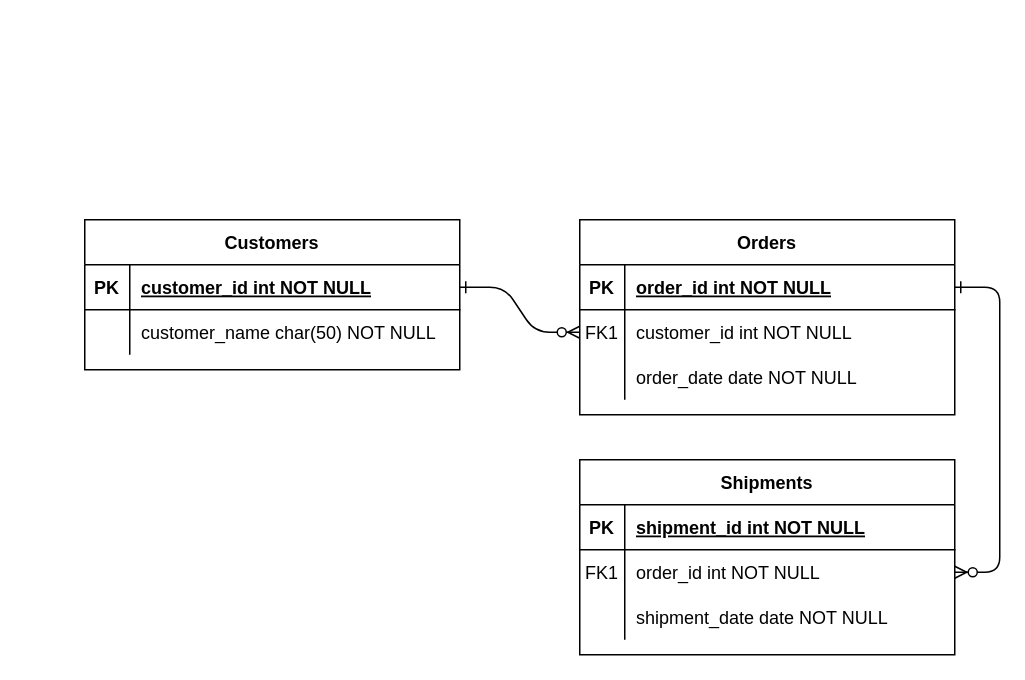
This is Диаграмма без названия.drawio from ayratkin/coin-keeper-server, a draw.io file, before an edit. Source tidied: cells renumbered, new cells numbered last; positions are measured from the earlier drawing's top-left corner, leaving out a move shared by most shapes. Both pictures are drawn from the tidied source at 150%, with x=0, y=0 at pixel (84, 219).
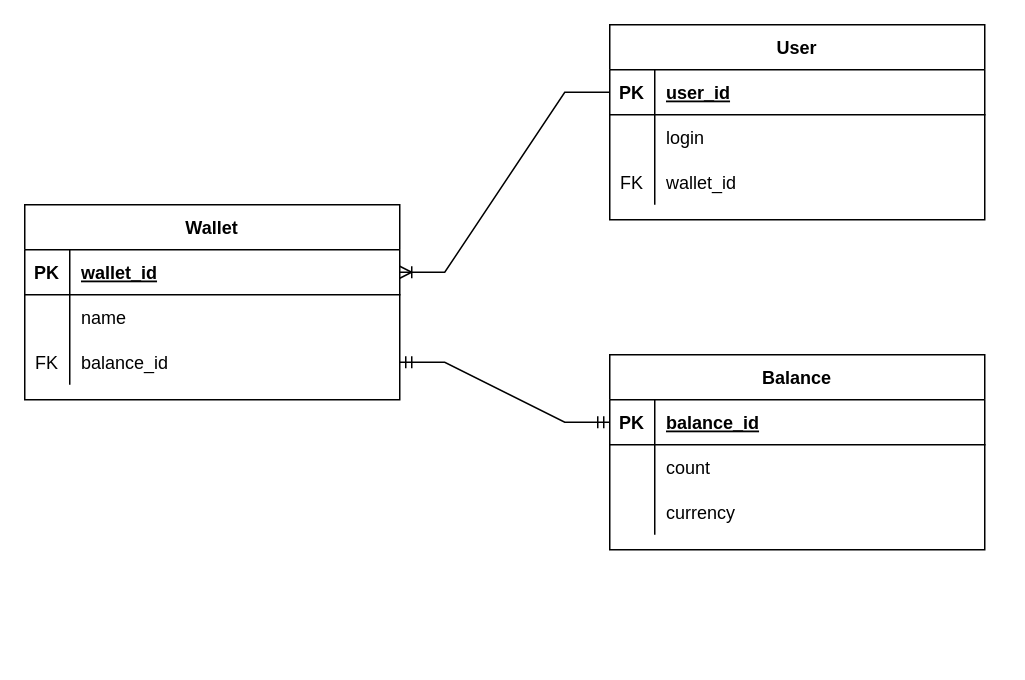
The same page after the edit.

Unchanged cells that the change refers to:
```xml
<mxCell id="5" style="shape=partialRectangle;fillColor=none;points=[[0,0.5],[1,0.5]];portConstraint=eastwest;top=0;left=0;right=0;bottom=1;" parent="4" vertex="1">
  <mxGeometry y="30" width="250" height="30" as="geometry" />
</mxCell>
<mxCell id="8" style="shape=partialRectangle;fillColor=none;points=[[0,0.5],[1,0.5]];portConstraint=eastwest;top=0;left=0;right=0;bottom=0;" parent="4" vertex="1">
  <mxGeometry y="60" width="250" height="30" as="geometry" />
</mxCell>
<mxCell id="11" style="shape=partialRectangle;fillColor=none;top=0;left=0;right=0;bottom=0;" parent="4" vertex="1">
  <mxGeometry y="90" width="250" height="30" as="geometry" />
</mxCell>
<mxCell id="25" style="shape=partialRectangle;fillColor=none;points=[[0,0.5],[1,0.5]];portConstraint=eastwest;top=0;left=0;right=0;bottom=1;" parent="24" vertex="1">
  <mxGeometry y="30" width="250" height="30" as="geometry" />
</mxCell>
<mxCell id="28" style="shape=partialRectangle;fillColor=none;top=0;left=0;right=0;bottom=0;" parent="24" vertex="1">
  <mxGeometry y="60" width="250" height="30" as="geometry" />
</mxCell>
```

Change to the diagram source:
```diff
@@
-    <mxCell id="2" style="edgeStyle=entityRelationEdgeStyle;endArrow=ERzeroToMany;startArrow=ERone;endFill=1;startFill=0;" parent="1" edge="1" source="25" target="8">
-      <mxGeometry relative="1" as="geometry" />
-    </mxCell>
-    <mxCell id="3" style="edgeStyle=entityRelationEdgeStyle;endArrow=ERzeroToMany;startArrow=ERone;endFill=1;startFill=0;" parent="1" edge="1" source="5" target="18">
-      <mxGeometry relative="1" as="geometry" />
-    </mxCell>
-    <mxCell id="4" value="Orders" style="shape=table;startSize=30;childLayout=tableLayout;rowLines=0;fontStyle=1;align=center;" parent="1" vertex="1">
-      <mxGeometry x="330" width="250" height="130" as="geometry" />
+    <mxCell id="4" value="Balance" style="shape=table;startSize=30;childLayout=tableLayout;rowLines=0;fontStyle=1;align=center;" parent="1" vertex="1">
+      <mxGeometry x="350" y="90" width="250" height="130" as="geometry" />
     </mxCell>
@@
-    <mxCell id="7" value="order_id int NOT NULL " style="shape=partialRectangle;overflow=hidden;fillColor=none;top=0;left=0;bottom=0;right=0;align=left;spacingLeft=6;fontStyle=5;" parent="5" vertex="1">
+    <mxCell id="7" value="balance_id" style="shape=partialRectangle;overflow=hidden;fillColor=none;top=0;left=0;bottom=0;right=0;align=left;spacingLeft=6;fontStyle=5;" parent="5" vertex="1">
       <mxGeometry x="30" width="220" height="30" as="geometry" />
     </mxCell>
@@
-    <mxCell id="9" value="FK1" style="shape=partialRectangle;overflow=hidden;fillColor=none;top=0;left=0;bottom=0;right=0;" parent="8" vertex="1">
+    <mxCell id="9" value=" " style="shape=partialRectangle;overflow=hidden;fillColor=none;top=0;left=0;bottom=0;right=0;" parent="8" vertex="1">
       <mxGeometry width="30" height="30" as="geometry" />
     </mxCell>
-    <mxCell id="10" value="customer_id int NOT NULL" style="shape=partialRectangle;overflow=hidden;fillColor=none;top=0;left=0;bottom=0;right=0;align=left;spacingLeft=6;" parent="8" vertex="1">
+    <mxCell id="10" value="count" style="shape=partialRectangle;overflow=hidden;fillColor=none;top=0;left=0;bottom=0;right=0;align=left;spacingLeft=6;" parent="8" vertex="1">
       <mxGeometry x="30" width="220" height="30" as="geometry" />
     </mxCell>
@@
-    <mxCell id="13" value="order_date date NOT NULL" style="shape=partialRectangle;overflow=hidden;fillColor=none;top=0;left=0;bottom=0;right=0;align=left;spacingLeft=6;" parent="11" vertex="1">
+    <mxCell id="13" value="currency" style="shape=partialRectangle;overflow=hidden;fillColor=none;top=0;left=0;bottom=0;right=0;align=left;spacingLeft=6;" parent="11" vertex="1">
       <mxGeometry x="30" width="220" height="30" as="geometry" />
     </mxCell>
-    <mxCell id="14" value="Shipments" style="shape=table;startSize=30;childLayout=tableLayout;rowLines=0;fontStyle=1;align=center;" parent="1" vertex="1">
-      <mxGeometry x="330" y="160" width="250" height="130" as="geometry" />
-    </mxCell>
-    <mxCell id="15" style="shape=partialRectangle;fillColor=none;points=[[0,0.5],[1,0.5]];portConstraint=eastwest;top=0;left=0;right=0;bottom=1;" parent="14" vertex="1">
-      <mxGeometry y="30" width="250" height="30" as="geometry" />
-    </mxCell>
-    <mxCell id="16" value="PK" style="shape=partialRectangle;overflow=hidden;fillColor=none;top=0;left=0;bottom=0;right=0;fontStyle=1;" parent="15" vertex="1">
-      <mxGeometry width="30" height="30" as="geometry" />
-    </mxCell>
-    <mxCell id="17" value="shipment_id int NOT NULL " style="shape=partialRectangle;overflow=hidden;fillColor=none;top=0;left=0;bottom=0;right=0;align=left;spacingLeft=6;fontStyle=5;" parent="15" vertex="1">
-      <mxGeometry x="30" width="220" height="30" as="geometry" />
-    </mxCell>
-    <mxCell id="18" style="shape=partialRectangle;fillColor=none;points=[[0,0.5],[1,0.5]];portConstraint=eastwest;top=0;left=0;right=0;bottom=0;" parent="14" vertex="1">
-      <mxGeometry y="60" width="250" height="30" as="geometry" />
-    </mxCell>
-    <mxCell id="19" value="FK1" style="shape=partialRectangle;overflow=hidden;fillColor=none;top=0;left=0;bottom=0;right=0;" parent="18" vertex="1">
-      <mxGeometry width="30" height="30" as="geometry" />
-    </mxCell>
-    <mxCell id="20" value="order_id int NOT NULL" style="shape=partialRectangle;overflow=hidden;fillColor=none;top=0;left=0;bottom=0;right=0;align=left;spacingLeft=6;" parent="18" vertex="1">
-      <mxGeometry x="30" width="220" height="30" as="geometry" />
-    </mxCell>
-    <mxCell id="21" style="shape=partialRectangle;fillColor=none;top=0;left=0;right=0;bottom=0;" parent="14" vertex="1">
-      <mxGeometry y="90" width="250" height="30" as="geometry" />
-    </mxCell>
-    <mxCell id="22" style="shape=partialRectangle;overflow=hidden;fillColor=none;top=0;left=0;bottom=0;right=0;" parent="21" vertex="1">
-      <mxGeometry width="30" height="30" as="geometry" />
-    </mxCell>
-    <mxCell id="23" value="shipment_date date NOT NULL" style="shape=partialRectangle;overflow=hidden;fillColor=none;top=0;left=0;bottom=0;right=0;align=left;spacingLeft=6;" parent="21" vertex="1">
-      <mxGeometry x="30" width="220" height="30" as="geometry" />
-    </mxCell>
-    <mxCell id="24" value="Customers" style="shape=table;startSize=30;childLayout=tableLayout;rowLines=0;fontStyle=1;align=center;" parent="1" vertex="1">
-      <mxGeometry width="250" height="100" as="geometry" />
+    <mxCell id="24" value="Wallet" style="shape=table;startSize=30;childLayout=tableLayout;rowLines=0;fontStyle=1;align=center;" parent="1" vertex="1">
+      <mxGeometry x="-40" y="-10" width="250" height="130" as="geometry" />
     </mxCell>
@@
-    <mxCell id="27" value="customer_id int NOT NULL " style="shape=partialRectangle;overflow=hidden;fillColor=none;top=0;left=0;bottom=0;right=0;align=left;spacingLeft=6;fontStyle=5;" parent="25" vertex="1">
+    <mxCell id="27" value="wallet_id" style="shape=partialRectangle;overflow=hidden;fillColor=none;top=0;left=0;bottom=0;right=0;align=left;spacingLeft=6;fontStyle=5;" parent="25" vertex="1">
       <mxGeometry x="30" width="220" height="30" as="geometry" />
     </mxCell>
@@
-    <mxCell id="30" value="customer_name char(50) NOT NULL" style="shape=partialRectangle;overflow=hidden;fillColor=none;top=0;left=0;bottom=0;right=0;align=left;spacingLeft=6;" parent="28" vertex="1">
+    <mxCell id="30" value="name" style="shape=partialRectangle;overflow=hidden;fillColor=none;top=0;left=0;bottom=0;right=0;align=left;spacingLeft=6;" parent="28" vertex="1">
       <mxGeometry x="30" width="220" height="30" as="geometry" />
     </mxCell>
+    <mxCell id="31" style="shape=partialRectangle;fillColor=none;points=[[0,0.5],[1,0.5]];portConstraint=eastwest;top=0;left=0;right=0;bottom=0;" parent="24" vertex="1">
+      <mxGeometry y="90" width="250" height="30" as="geometry" />
+    </mxCell>
+    <mxCell id="32" value="FK" style="shape=partialRectangle;overflow=hidden;fillColor=none;top=0;left=0;bottom=0;right=0;" parent="31" vertex="1">
+      <mxGeometry width="30" height="30" as="geometry" />
+    </mxCell>
+    <mxCell id="33" value="balance_id" style="shape=partialRectangle;overflow=hidden;fillColor=none;top=0;left=0;bottom=0;right=0;align=left;spacingLeft=6;" parent="31" vertex="1">
+      <mxGeometry x="30" width="220" height="30" as="geometry" />
+    </mxCell>
+    <mxCell id="34" style="edgeStyle=entityRelationEdgeStyle;fontSize=12;html=1;endArrow=ERmandOne;startArrow=ERmandOne;rounded=0;" parent="1" edge="1" source="31" target="5">
+      <mxGeometry relative="1" as="geometry" />
+    </mxCell>
+    <mxCell id="35" value="User" style="shape=table;startSize=30;childLayout=tableLayout;rowLines=0;fontStyle=1;align=center;" parent="1" vertex="1">
+      <mxGeometry x="350" y="-130" width="250" height="130" as="geometry" />
+    </mxCell>
+    <mxCell id="15" style="shape=partialRectangle;fillColor=none;points=[[0,0.5],[1,0.5]];portConstraint=eastwest;top=0;left=0;right=0;bottom=1;" parent="35" vertex="1">
+      <mxGeometry y="30" width="250" height="30" as="geometry" />
+    </mxCell>
+    <mxCell id="16" value="PK" style="shape=partialRectangle;overflow=hidden;fillColor=none;top=0;left=0;bottom=0;right=0;fontStyle=1;" parent="15" vertex="1">
+      <mxGeometry width="30" height="30" as="geometry" />
+    </mxCell>
+    <mxCell id="36" value="user_id" style="shape=partialRectangle;overflow=hidden;fillColor=none;top=0;left=0;bottom=0;right=0;align=left;spacingLeft=6;fontStyle=5;" parent="15" vertex="1">
+      <mxGeometry x="30" width="220" height="30" as="geometry" />
+    </mxCell>
+    <mxCell id="18" style="shape=partialRectangle;fillColor=none;points=[[0,0.5],[1,0.5]];portConstraint=eastwest;top=0;left=0;right=0;bottom=0;" parent="35" vertex="1">
+      <mxGeometry y="60" width="250" height="30" as="geometry" />
+    </mxCell>
+    <mxCell id="22" style="shape=partialRectangle;overflow=hidden;fillColor=none;top=0;left=0;bottom=0;right=0;" parent="18" vertex="1">
+      <mxGeometry width="30" height="30" as="geometry" />
+    </mxCell>
+    <mxCell id="37" value="login" style="shape=partialRectangle;overflow=hidden;fillColor=none;top=0;left=0;bottom=0;right=0;align=left;spacingLeft=6;" parent="18" vertex="1">
+      <mxGeometry x="30" width="220" height="30" as="geometry" />
+    </mxCell>
+    <mxCell id="38" style="shape=partialRectangle;fillColor=none;top=0;left=0;right=0;bottom=0;" parent="35" vertex="1">
+      <mxGeometry y="90" width="250" height="30" as="geometry" />
+    </mxCell>
+    <mxCell id="39" value="FK" style="shape=partialRectangle;overflow=hidden;fillColor=none;top=0;left=0;bottom=0;right=0;" parent="38" vertex="1">
+      <mxGeometry width="30" height="30" as="geometry" />
+    </mxCell>
+    <mxCell id="40" value="wallet_id" style="shape=partialRectangle;overflow=hidden;fillColor=none;top=0;left=0;bottom=0;right=0;align=left;spacingLeft=6;" parent="38" vertex="1">
+      <mxGeometry x="30" width="220" height="30" as="geometry" />
+    </mxCell>
+    <mxCell id="41" style="edgeStyle=entityRelationEdgeStyle;fontSize=12;html=1;endArrow=ERoneToMany;rounded=0;" parent="1" edge="1" source="15" target="25">
+      <mxGeometry relative="1" as="geometry" />
+    </mxCell>
```
